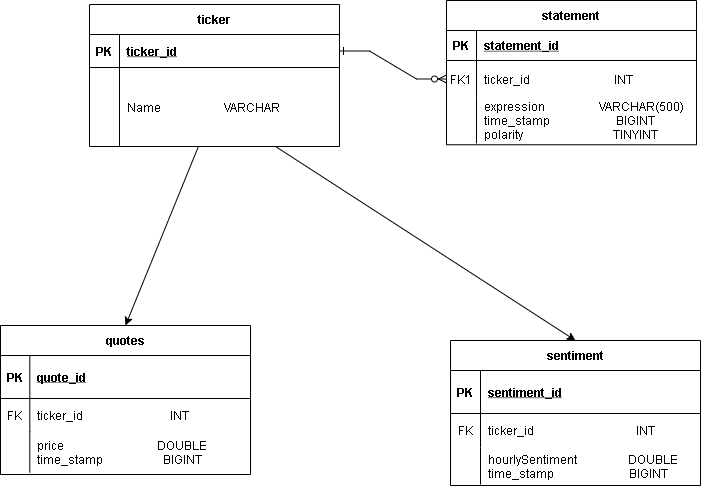
jonreesman/watch-dog keeps this draw.io diagram as readme_resources/DB_Scheme.png. Above is the earlier version. Source tidied: cells renumbered, new cells last; positions are measured from the earlier drawing's top-left corner, leaving out a move shared by most shapes.
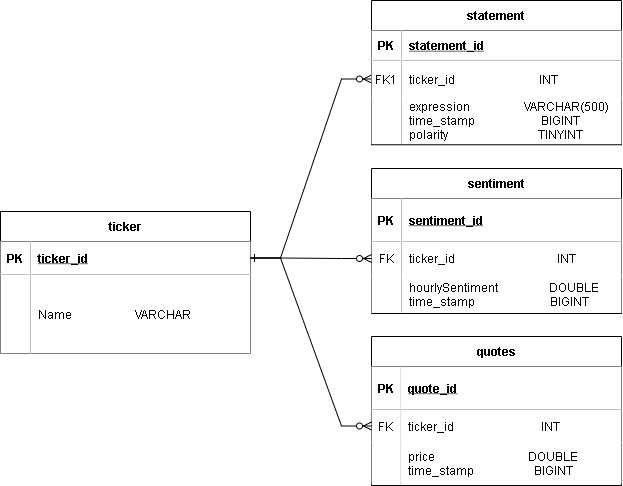
After the change.

Change to the diagram source:
```diff
@@ -11,116 +11,116 @@
     <mxCell id="4" style="shape=partialRectangle;fillColor=none;top=0;left=0;right=0;bottom=1;hachureGap=4;" parent="3" vertex="1">
       <mxGeometry y="30" width="250" height="30" as="geometry" />
     </mxCell>
-    <mxCell id="5" value="PK" style="shape=partialRectangle;overflow=hidden;fillColor=none;top=0;left=0;bottom=0;right=0;fontStyle=1;hachureGap=4;" parent="4" vertex="1">
+    <mxCell id="5" value="PK" style="shape=partialRectangle;overflow=hidden;fillColor=default;top=0;left=0;bottom=0;right=0;fontStyle=1;hachureGap=4;" parent="4" vertex="1">
       <mxGeometry width="30" height="30" as="geometry" />
     </mxCell>
-    <mxCell id="6" value="statement_id" style="shape=partialRectangle;overflow=hidden;fillColor=none;top=0;left=0;bottom=0;right=0;align=left;spacingLeft=6;fontStyle=5;hachureGap=4;" parent="4" vertex="1">
+    <mxCell id="6" value="statement_id" style="shape=partialRectangle;overflow=hidden;fillColor=default;top=0;left=0;bottom=0;right=0;align=left;spacingLeft=6;fontStyle=5;hachureGap=4;" parent="4" vertex="1">
       <mxGeometry x="30" width="220" height="30" as="geometry" />
     </mxCell>
     <mxCell id="7" style="shape=partialRectangle;fillColor=none;points=[[0,0.5],[1,0.5]];portConstraint=eastwest;top=0;left=0;right=0;bottom=0;hachureGap=4;" parent="3" vertex="1">
       <mxGeometry y="60" width="250" height="37" as="geometry" />
     </mxCell>
-    <mxCell id="8" value="FK1" style="shape=partialRectangle;overflow=hidden;fillColor=none;top=0;left=0;bottom=0;right=0;hachureGap=4;" parent="7" vertex="1">
+    <mxCell id="8" value="FK1" style="shape=partialRectangle;overflow=hidden;fillColor=default;top=0;left=0;bottom=0;right=0;hachureGap=4;" parent="7" vertex="1">
       <mxGeometry width="30" height="37" as="geometry" />
     </mxCell>
-    <mxCell id="9" value="ticker_id                            INT " style="shape=partialRectangle;overflow=hidden;fillColor=none;top=0;left=0;bottom=0;right=0;align=left;spacingLeft=6;hachureGap=4;" parent="7" vertex="1">
+    <mxCell id="9" value="ticker_id                            INT " style="shape=partialRectangle;overflow=hidden;fillColor=default;top=0;left=0;bottom=0;right=0;align=left;spacingLeft=6;hachureGap=4;" parent="7" vertex="1">
       <mxGeometry x="30" width="220" height="37" as="geometry" />
     </mxCell>
     <mxCell id="10" style="shape=partialRectangle;fillColor=none;top=0;left=0;right=0;bottom=0;hachureGap=4;" parent="3" vertex="1">
       <mxGeometry y="97" width="250" height="46" as="geometry" />
     </mxCell>
-    <mxCell id="11" style="shape=partialRectangle;overflow=hidden;fillColor=none;top=0;left=0;bottom=0;right=0;hachureGap=4;" parent="10" vertex="1">
+    <mxCell id="11" style="shape=partialRectangle;overflow=hidden;fillColor=default;top=0;left=0;bottom=0;right=0;hachureGap=4;" parent="10" vertex="1">
       <mxGeometry width="30" height="46" as="geometry" />
     </mxCell>
-    <mxCell id="12" value="expression                  VARCHAR(500)      &#10;time_stamp                      BIGINT       &#10;polarity                              TINYINT   " style="shape=partialRectangle;overflow=hidden;fillColor=none;top=0;left=0;bottom=0;right=0;align=left;spacingLeft=6;hachureGap=4;" parent="10" vertex="1">
+    <mxCell id="12" value="expression                  VARCHAR(500)      &#10;time_stamp                      BIGINT       &#10;polarity                              TINYINT   " style="shape=partialRectangle;overflow=hidden;fillColor=default;top=0;left=0;bottom=0;right=0;align=left;spacingLeft=6;hachureGap=4;" parent="10" vertex="1">
       <mxGeometry x="30" width="220" height="46" as="geometry" />
     </mxCell>
     <mxCell id="13" value="ticker" style="shape=table;startSize=30;rowLines=0;fontStyle=1;align=center;hachureGap=4;" parent="1" vertex="1">
-      <mxGeometry x="89" y="4" width="250" height="142" as="geometry" />
+      <mxGeometry x="75" y="211" width="250" height="142" as="geometry" />
     </mxCell>
     <mxCell id="14" style="shape=partialRectangle;fillColor=none;points=[[0,0.5],[1,0.5]];portConstraint=eastwest;top=0;left=0;right=0;bottom=1;hachureGap=4;" parent="13" vertex="1">
       <mxGeometry y="30" width="250" height="33" as="geometry" />
     </mxCell>
-    <mxCell id="15" value="PK" style="shape=partialRectangle;overflow=hidden;fillColor=none;top=0;left=0;bottom=0;right=0;fontStyle=1;hachureGap=4;" parent="14" vertex="1">
+    <mxCell id="15" value="PK" style="shape=partialRectangle;overflow=hidden;fillColor=default;top=0;left=0;bottom=0;right=0;fontStyle=1;hachureGap=4;" parent="14" vertex="1">
       <mxGeometry width="30" height="33" as="geometry" />
     </mxCell>
-    <mxCell id="16" value="ticker_id" style="shape=partialRectangle;overflow=hidden;fillColor=none;top=0;left=0;bottom=0;right=0;align=left;spacingLeft=6;fontStyle=5;hachureGap=4;" parent="14" vertex="1">
+    <mxCell id="16" value="ticker_id" style="shape=partialRectangle;overflow=hidden;fillColor=default;top=0;left=0;bottom=0;right=0;align=left;spacingLeft=6;fontStyle=5;hachureGap=4;" parent="14" vertex="1">
       <mxGeometry x="30" width="220" height="33" as="geometry" />
     </mxCell>
     <mxCell id="17" style="shape=partialRectangle;fillColor=none;points=[[0,0.5],[1,0.5]];portConstraint=eastwest;top=0;left=0;right=0;bottom=0;hachureGap=4;" parent="13" vertex="1">
       <mxGeometry y="63" width="250" height="79" as="geometry" />
     </mxCell>
-    <mxCell id="18" style="shape=partialRectangle;overflow=hidden;fillColor=none;top=0;left=0;bottom=0;right=0;hachureGap=4;" parent="17" vertex="1">
+    <mxCell id="18" style="shape=partialRectangle;overflow=hidden;fillColor=default;top=0;left=0;bottom=0;right=0;hachureGap=4;" parent="17" vertex="1">
       <mxGeometry width="30" height="79" as="geometry" />
     </mxCell>
-    <mxCell id="19" value="Name                     VARCHAR" style="shape=partialRectangle;overflow=hidden;fillColor=none;top=0;left=0;bottom=0;right=0;align=left;spacingLeft=6;hachureGap=4;" parent="17" vertex="1">
+    <mxCell id="19" value="Name                     VARCHAR" style="shape=partialRectangle;overflow=hidden;fillColor=default;top=0;left=0;bottom=0;right=0;align=left;spacingLeft=6;hachureGap=4;" parent="17" vertex="1">
       <mxGeometry x="30" width="220" height="79" as="geometry" />
     </mxCell>
     <mxCell id="20" value="quotes" style="shape=table;startSize=30;rowLines=0;fontStyle=1;align=center;hachureGap=4;" parent="1" vertex="1">
-      <mxGeometry y="325" width="250" height="149" as="geometry" />
+      <mxGeometry x="446" y="336" width="250" height="149" as="geometry" />
     </mxCell>
     <mxCell id="21" style="shape=partialRectangle;fillColor=none;top=0;left=0;right=0;bottom=1;hachureGap=4;" parent="20" vertex="1">
       <mxGeometry y="30" width="250" height="43" as="geometry" />
     </mxCell>
-    <mxCell id="22" value="PK" style="shape=partialRectangle;overflow=hidden;fillColor=none;top=0;left=0;bottom=0;right=0;fontStyle=1;hachureGap=4;" parent="21" vertex="1">
+    <mxCell id="22" value="PK" style="shape=partialRectangle;overflow=hidden;fillColor=default;top=0;left=0;bottom=0;right=0;fontStyle=1;hachureGap=4;" parent="21" vertex="1">
       <mxGeometry width="29.3" height="43" as="geometry" />
     </mxCell>
-    <mxCell id="23" value="quote_id" style="shape=partialRectangle;overflow=hidden;fillColor=none;top=0;left=0;bottom=0;right=0;align=left;spacingLeft=6;fontStyle=5;hachureGap=4;" parent="21" vertex="1">
+    <mxCell id="23" value="quote_id" style="shape=partialRectangle;overflow=hidden;fillColor=default;top=0;left=0;bottom=0;right=0;align=left;spacingLeft=6;fontStyle=5;hachureGap=4;" parent="21" vertex="1">
       <mxGeometry x="29.3" width="220.7" height="43" as="geometry" />
     </mxCell>
     <mxCell id="24" style="shape=partialRectangle;fillColor=none;points=[[0,0.5],[1,0.5]];portConstraint=eastwest;top=0;left=0;right=0;bottom=0;hachureGap=4;" parent="20" vertex="1">
       <mxGeometry y="73" width="250" height="33" as="geometry" />
     </mxCell>
-    <mxCell id="25" value="FK" style="shape=partialRectangle;overflow=hidden;fillColor=none;top=0;left=0;bottom=0;right=0;hachureGap=4;" parent="24" vertex="1">
+    <mxCell id="25" value="FK" style="shape=partialRectangle;overflow=hidden;fillColor=default;top=0;left=0;bottom=0;right=0;hachureGap=4;" parent="24" vertex="1">
       <mxGeometry width="29.3" height="33" as="geometry" />
     </mxCell>
-    <mxCell id="26" value="ticker_id                             INT" style="shape=partialRectangle;overflow=hidden;fillColor=none;top=0;left=0;bottom=0;right=0;align=left;spacingLeft=6;hachureGap=4;fontStyle=0;" parent="24" vertex="1">
+    <mxCell id="26" value="ticker_id                             INT" style="shape=partialRectangle;overflow=hidden;fillColor=default;top=0;left=0;bottom=0;right=0;align=left;spacingLeft=6;hachureGap=4;fontStyle=0;" parent="24" vertex="1">
       <mxGeometry x="29.3" width="220.7" height="33" as="geometry" />
     </mxCell>
     <mxCell id="27" style="shape=partialRectangle;fillColor=none;top=0;left=0;right=0;bottom=0;hachureGap=4;" parent="20" vertex="1">
       <mxGeometry y="106" width="250" height="41" as="geometry" />
     </mxCell>
-    <mxCell id="28" style="shape=partialRectangle;overflow=hidden;fillColor=none;top=0;left=0;bottom=0;right=0;hachureGap=4;" parent="27" vertex="1">
+    <mxCell id="28" style="shape=partialRectangle;overflow=hidden;fillColor=default;top=0;left=0;bottom=0;right=0;hachureGap=4;" parent="27" vertex="1">
       <mxGeometry width="29.3" height="41" as="geometry" />
     </mxCell>
-    <mxCell id="29" value="price                               DOUBLE&#10;time_stamp                    BIGINT" style="shape=partialRectangle;overflow=hidden;fillColor=none;top=0;left=0;bottom=0;right=0;align=left;spacingLeft=6;hachureGap=4;" parent="27" vertex="1">
+    <mxCell id="29" value="price                               DOUBLE&#10;time_stamp                    BIGINT" style="shape=partialRectangle;overflow=hidden;fillColor=default;top=0;left=0;bottom=0;right=0;align=left;spacingLeft=6;hachureGap=4;" parent="27" vertex="1">
       <mxGeometry x="29.3" width="220.7" height="41" as="geometry" />
     </mxCell>
-    <mxCell id="30" style="edgeStyle=none;html=1;entryX=0.5;entryY=0;entryDx=0;entryDy=0;" parent="1" edge="1" source="17" target="20">
-      <mxGeometry relative="1" as="geometry" />
-    </mxCell>
     <mxCell id="31" value="sentiment" style="shape=table;startSize=30;rowLines=0;fontStyle=1;align=center;hachureGap=4;" parent="1" vertex="1">
-      <mxGeometry x="450" y="340" width="250" height="145" as="geometry" />
+      <mxGeometry x="446" y="168" width="250" height="145" as="geometry" />
     </mxCell>
     <mxCell id="32" style="shape=partialRectangle;fillColor=none;top=0;left=0;right=0;bottom=1;hachureGap=4;" parent="31" vertex="1">
       <mxGeometry y="30" width="250" height="43" as="geometry" />
     </mxCell>
-    <mxCell id="33" value="PK" style="shape=partialRectangle;overflow=hidden;fillColor=none;top=0;left=0;bottom=0;right=0;fontStyle=1;hachureGap=4;" parent="32" vertex="1">
+    <mxCell id="33" value="PK" style="shape=partialRectangle;overflow=hidden;fillColor=default;top=0;left=0;bottom=0;right=0;fontStyle=1;hachureGap=4;" parent="32" vertex="1">
       <mxGeometry width="30" height="43" as="geometry" />
     </mxCell>
-    <mxCell id="34" value="sentiment_id" style="shape=partialRectangle;overflow=hidden;fillColor=none;top=0;left=0;bottom=0;right=0;align=left;spacingLeft=6;fontStyle=5;hachureGap=4;" parent="32" vertex="1">
+    <mxCell id="34" value="sentiment_id" style="shape=partialRectangle;overflow=hidden;fillColor=default;top=0;left=0;bottom=0;right=0;align=left;spacingLeft=6;fontStyle=5;hachureGap=4;" parent="32" vertex="1">
       <mxGeometry x="30" width="220" height="43" as="geometry" />
     </mxCell>
     <mxCell id="35" style="shape=partialRectangle;fillColor=none;points=[[0,0.5],[1,0.5]];portConstraint=eastwest;top=0;left=0;right=0;bottom=0;hachureGap=4;" parent="31" vertex="1">
       <mxGeometry y="73" width="250" height="34" as="geometry" />
     </mxCell>
-    <mxCell id="36" value="FK" style="shape=partialRectangle;overflow=hidden;fillColor=none;top=0;left=0;bottom=0;right=0;hachureGap=4;" parent="35" vertex="1">
+    <mxCell id="36" value="FK" style="shape=partialRectangle;overflow=hidden;fillColor=default;top=0;left=0;bottom=0;right=0;hachureGap=4;" parent="35" vertex="1">
       <mxGeometry width="30" height="34" as="geometry" />
     </mxCell>
-    <mxCell id="37" value="ticker_id                                  INT" style="shape=partialRectangle;overflow=hidden;fillColor=none;top=0;left=0;bottom=0;right=0;align=left;spacingLeft=6;hachureGap=4;" parent="35" vertex="1">
+    <mxCell id="37" value="ticker_id                                  INT" style="shape=partialRectangle;overflow=hidden;fillColor=default;top=0;left=0;bottom=0;right=0;align=left;spacingLeft=6;hachureGap=4;" parent="35" vertex="1">
       <mxGeometry x="30" width="220" height="34" as="geometry" />
     </mxCell>
     <mxCell id="38" style="shape=partialRectangle;fillColor=none;top=0;left=0;right=0;bottom=0;hachureGap=4;" parent="31" vertex="1">
       <mxGeometry y="107" width="250" height="37" as="geometry" />
     </mxCell>
-    <mxCell id="39" style="shape=partialRectangle;overflow=hidden;fillColor=none;top=0;left=0;bottom=0;right=0;hachureGap=4;" parent="38" vertex="1">
+    <mxCell id="39" style="shape=partialRectangle;overflow=hidden;fillColor=default;top=0;left=0;bottom=0;right=0;hachureGap=4;" parent="38" vertex="1">
       <mxGeometry width="30" height="37" as="geometry" />
     </mxCell>
-    <mxCell id="40" value="hourlySentiment                 DOUBLE&#10;time_stamp                         BIGINT" style="shape=partialRectangle;overflow=hidden;fillColor=none;top=0;left=0;bottom=0;right=0;align=left;spacingLeft=6;hachureGap=4;" parent="38" vertex="1">
+    <mxCell id="40" value="hourlySentiment                 DOUBLE&#10;time_stamp                         BIGINT" style="shape=partialRectangle;overflow=hidden;fillColor=default;top=0;left=0;bottom=0;right=0;align=left;spacingLeft=6;hachureGap=4;" parent="38" vertex="1">
       <mxGeometry x="30" width="220" height="37" as="geometry" />
     </mxCell>
-    <mxCell id="41" style="edgeStyle=none;html=1;entryX=0.5;entryY=0;entryDx=0;entryDy=0;" parent="1" edge="1" source="17" target="31">
-      <mxGeometry relative="1" as="geometry" />
-    </mxCell>
+    <mxCell id="42" style="edgeStyle=entityRelationEdgeStyle;endArrow=ERzeroToMany;startArrow=ERone;endFill=1;startFill=0;rounded=0;exitX=1;exitY=0.5;exitDx=0;exitDy=0;entryX=0;entryY=0.5;entryDx=0;entryDy=0;" parent="1" edge="1" source="14" target="35">
+      <mxGeometry relative="1" as="geometry" />
+    </mxCell>
+    <mxCell id="43" style="edgeStyle=entityRelationEdgeStyle;endArrow=ERzeroToMany;startArrow=ERone;endFill=1;startFill=0;rounded=0;entryX=0;entryY=0.5;entryDx=0;entryDy=0;exitX=1;exitY=0.5;exitDx=0;exitDy=0;" parent="1" edge="1" source="14" target="24">
+      <mxGeometry relative="1" as="geometry" />
+    </mxCell>
   </root>
 </mxGraphModel>
```
